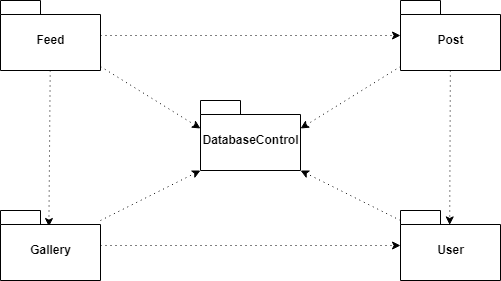
Earlier version of the draw.io export Diagramok/package_diagram_rf1.png (losonczimate/KobWeb). Source tidied: cells renumbered, new cells last; positions are measured from the earlier drawing's top-left corner, leaving out a move shared by most shapes. Source of this version:
```xml
<mxGraphModel>
  <root>
    <mxCell id="0" />
    <mxCell id="1" parent="0" />
    <mxCell id="2" style="edgeStyle=none;rounded=0;jettySize=auto;html=1;entryX=0;entryY=0;entryDx=100;entryDy=70;entryPerimeter=0;dashed=1;dashPattern=1 4;" parent="1" edge="1" source="3" target="11">
      <mxGeometry relative="1" as="geometry" />
    </mxCell>
    <mxCell id="3" value="User" style="shape=folder;fontStyle=1;spacingTop=10;tabWidth=40;tabHeight=14;tabPosition=left;html=1;" parent="1" vertex="1">
      <mxGeometry x="400" y="210" width="100" height="70" as="geometry" />
    </mxCell>
    <mxCell id="4" style="edgeStyle=none;rounded=0;jettySize=auto;html=1;entryX=0;entryY=0;entryDx=0;entryDy=28;entryPerimeter=0;dashed=1;dashPattern=1 4;" parent="1" edge="1" source="7" target="11">
      <mxGeometry relative="1" as="geometry" />
    </mxCell>
    <mxCell id="5" style="edgeStyle=none;rounded=0;jettySize=auto;html=1;dashed=1;dashPattern=1 4;" parent="1" edge="1" source="7" target="14">
      <mxGeometry relative="1" as="geometry" />
    </mxCell>
    <mxCell id="6" style="edgeStyle=none;rounded=0;jettySize=auto;html=1;entryX=0.484;entryY=0.229;entryDx=0;entryDy=0;entryPerimeter=0;dashed=1;dashPattern=1 4;" parent="1" edge="1" source="7" target="10">
      <mxGeometry relative="1" as="geometry" />
    </mxCell>
    <mxCell id="7" value="Feed" style="shape=folder;fontStyle=1;spacingTop=10;tabWidth=40;tabHeight=14;tabPosition=left;html=1;" parent="1" vertex="1">
      <mxGeometry width="100" height="70" as="geometry" />
    </mxCell>
    <mxCell id="8" style="edgeStyle=none;rounded=0;jettySize=auto;html=1;entryX=0;entryY=0;entryDx=0;entryDy=70;entryPerimeter=0;dashed=1;dashPattern=1 4;" parent="1" edge="1" source="10" target="11">
      <mxGeometry relative="1" as="geometry" />
    </mxCell>
    <mxCell id="9" style="edgeStyle=none;rounded=0;jettySize=auto;html=1;entryX=0;entryY=0.5;entryDx=0;entryDy=0;entryPerimeter=0;dashed=1;dashPattern=1 4;" parent="1" edge="1" source="10" target="3">
      <mxGeometry relative="1" as="geometry" />
    </mxCell>
    <mxCell id="10" value="Gallery" style="shape=folder;fontStyle=1;spacingTop=10;tabWidth=40;tabHeight=14;tabPosition=left;html=1;" parent="1" vertex="1">
      <mxGeometry y="210" width="100" height="70" as="geometry" />
    </mxCell>
    <mxCell id="11" value="DatabaseControl" style="shape=folder;fontStyle=1;spacingTop=10;tabWidth=40;tabHeight=14;tabPosition=left;html=1;" parent="1" vertex="1">
      <mxGeometry x="200" y="100" width="100" height="70" as="geometry" />
    </mxCell>
    <mxCell id="12" style="edgeStyle=none;rounded=0;jettySize=auto;html=1;entryX=0;entryY=0;entryDx=100;entryDy=28;entryPerimeter=0;dashed=1;dashPattern=1 4;" parent="1" edge="1" source="14" target="11">
      <mxGeometry relative="1" as="geometry" />
    </mxCell>
    <mxCell id="13" style="edgeStyle=none;rounded=0;jettySize=auto;html=1;entryX=0.492;entryY=0.206;entryDx=0;entryDy=0;entryPerimeter=0;dashed=1;dashPattern=1 4;" parent="1" edge="1" source="14" target="3">
      <mxGeometry relative="1" as="geometry" />
    </mxCell>
    <mxCell id="14" value="Post" style="shape=folder;fontStyle=1;spacingTop=10;tabWidth=40;tabHeight=14;tabPosition=left;html=1;" parent="1" vertex="1">
      <mxGeometry x="400" width="100" height="70" as="geometry" />
    </mxCell>
    <mxCell id="15" style="edgeStyle=none;rounded=0;orthogonalLoop=1;jettySize=auto;html=1;entryX=0;entryY=0;entryDx=0;entryDy=42;entryPerimeter=0;dashed=1;dashPattern=1 4;" parent="1" edge="1" source="3" target="3">
      <mxGeometry relative="1" as="geometry" />
    </mxCell>
  </root>
</mxGraphModel>
```
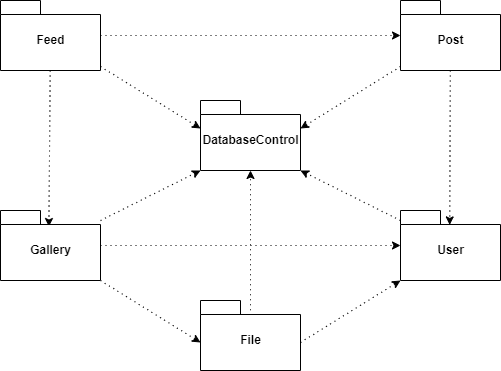
After the change.

Diff of the diagram source:
```diff
@@ -26,6 +26,9 @@
     <mxCell id="9" style="edgeStyle=none;rounded=0;jettySize=auto;html=1;entryX=0;entryY=0.5;entryDx=0;entryDy=0;entryPerimeter=0;dashed=1;dashPattern=1 4;" parent="1" edge="1" source="10" target="3">
       <mxGeometry relative="1" as="geometry" />
     </mxCell>
+    <mxCell id="16" style="rounded=0;jettySize=auto;html=1;exitX=0;exitY=0;exitDx=100;exitDy=70;exitPerimeter=0;entryX=0;entryY=0;entryDx=0;entryDy=42;entryPerimeter=0;dashed=1;dashPattern=1 4;" parent="1" edge="1" source="10" target="19">
+      <mxGeometry relative="1" as="geometry" />
+    </mxCell>
     <mxCell id="10" value="Gallery" style="shape=folder;fontStyle=1;spacingTop=10;tabWidth=40;tabHeight=14;tabPosition=left;html=1;" parent="1" vertex="1">
       <mxGeometry y="210" width="100" height="70" as="geometry" />
     </mxCell>
@@ -44,5 +47,14 @@
     <mxCell id="15" style="edgeStyle=none;rounded=0;orthogonalLoop=1;jettySize=auto;html=1;entryX=0;entryY=0;entryDx=0;entryDy=42;entryPerimeter=0;dashed=1;dashPattern=1 4;" parent="1" edge="1" source="3" target="3">
       <mxGeometry relative="1" as="geometry" />
     </mxCell>
+    <mxCell id="17" style="edgeStyle=none;rounded=0;jettySize=auto;html=1;entryX=0;entryY=0;entryDx=0;entryDy=70;entryPerimeter=0;dashed=1;dashPattern=1 4;exitX=0;exitY=0;exitDx=100;exitDy=42;exitPerimeter=0;" parent="1" edge="1" source="19" target="3">
+      <mxGeometry relative="1" as="geometry" />
+    </mxCell>
+    <mxCell id="18" style="edgeStyle=none;rounded=0;jettySize=auto;html=1;entryX=0.5;entryY=1;entryDx=0;entryDy=0;entryPerimeter=0;dashed=1;dashPattern=1 4;exitX=0.5;exitY=0.211;exitDx=0;exitDy=0;exitPerimeter=0;" parent="1" edge="1" source="19" target="11">
+      <mxGeometry relative="1" as="geometry" />
+    </mxCell>
+    <mxCell id="19" value="File" style="shape=folder;fontStyle=1;spacingTop=10;tabWidth=40;tabHeight=14;tabPosition=left;html=1;" parent="1" vertex="1">
+      <mxGeometry x="200" y="300" width="100" height="70" as="geometry" />
+    </mxCell>
   </root>
 </mxGraphModel>
```
